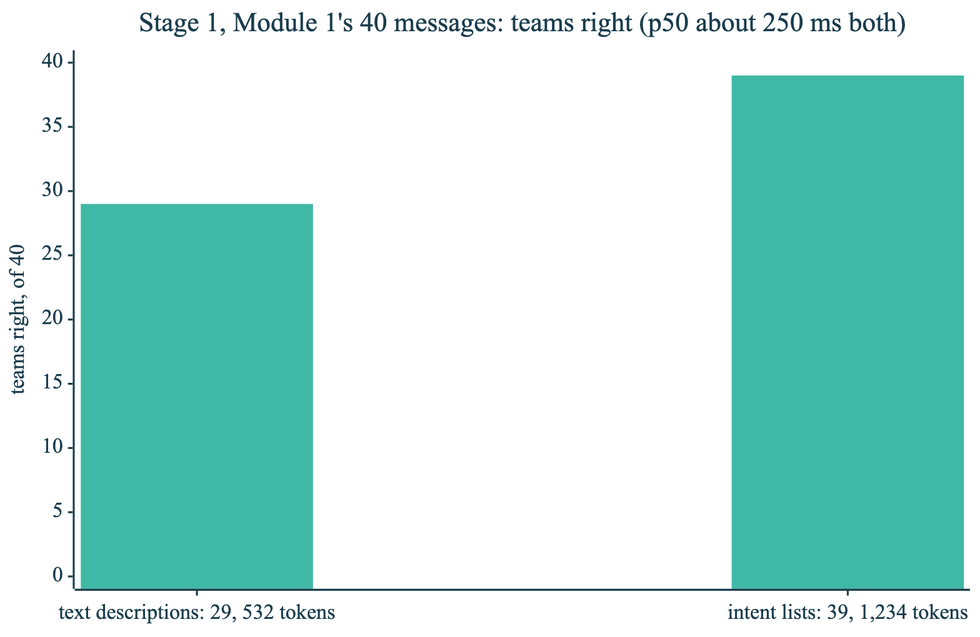
axel-sirota/getting_started_jev keeps this Mermaid diagram as course/diagrams/module_02/p3-demo-results.png. Above is the earlier version. Its source is kept beside it as course/diagrams/module_02/p3-demo-results.mmd. Source of this version:
```mermaid
%%{init: {"theme": "base", "themeVariables": {"fontFamily": "Inter, sans-serif", "primaryColor": "#ECF8F6", "primaryBorderColor": "#40B8A6", "primaryTextColor": "#111827", "lineColor": "#1A3D4D", "secondaryColor": "#F9FAFB", "tertiaryColor": "#FFFFFF", "clusterBkg": "#F9FAFB", "clusterBorder": "#D1D5DB", "actorBkg": "#ECF8F6", "actorBorder": "#40B8A6", "noteBkgColor": "#FFF6DA", "noteBorderColor": "#E0B84C"}}}%%
xychart-beta
  title "Stage 1, Module 1's 40 messages: teams right (p50 about 250 ms both)"
  x-axis ["text descriptions: 29, 532 tokens", "intent lists: 39, 1,234 tokens"]
  y-axis "teams right, of 40" 0 --> 40
  bar [29, 39]
```
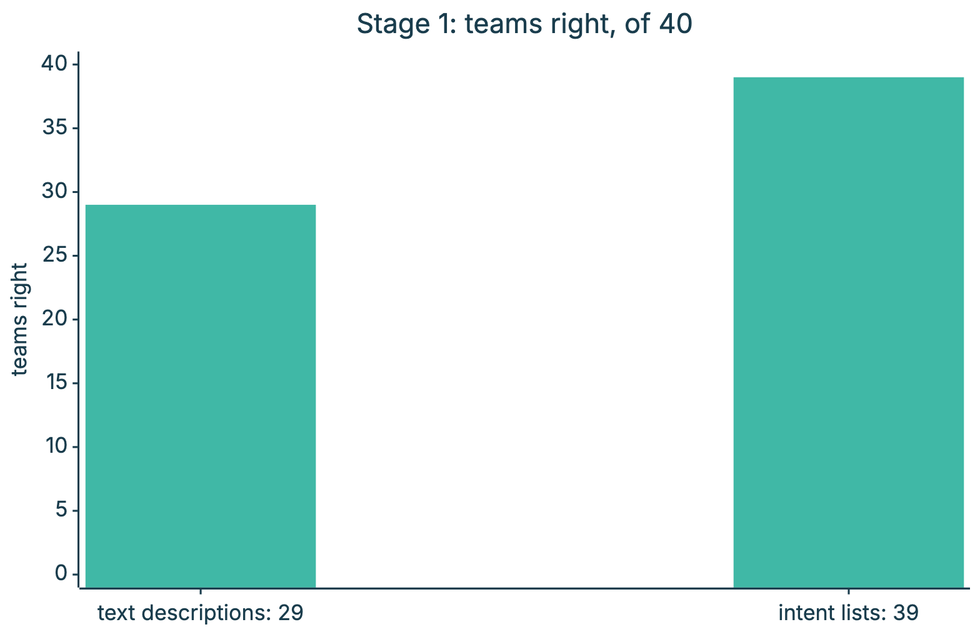
After the change.

The edit, as a diff of the source:
```diff
@@ -1,6 +1,6 @@
 %%{init: {"theme": "base", "themeVariables": {"fontFamily": "Inter, sans-serif", "primaryColor": "#ECF8F6", "primaryBorderColor": "#40B8A6", "primaryTextColor": "#111827", "lineColor": "#1A3D4D", "secondaryColor": "#F9FAFB", "tertiaryColor": "#FFFFFF", "clusterBkg": "#F9FAFB", "clusterBorder": "#D1D5DB", "actorBkg": "#ECF8F6", "actorBorder": "#40B8A6", "noteBkgColor": "#FFF6DA", "noteBorderColor": "#E0B84C"}}}%%
 xychart-beta
-  title "Stage 1, Module 1's 40 messages: teams right (p50 about 250 ms both)"
-  x-axis ["text descriptions: 29, 532 tokens", "intent lists: 39, 1,234 tokens"]
-  y-axis "teams right, of 40" 0 --> 40
+  title "Stage 1: teams right, of 40"
+  x-axis ["text descriptions: 29", "intent lists: 39"]
+  y-axis "teams right" 0 --> 40
   bar [29, 39]
```
